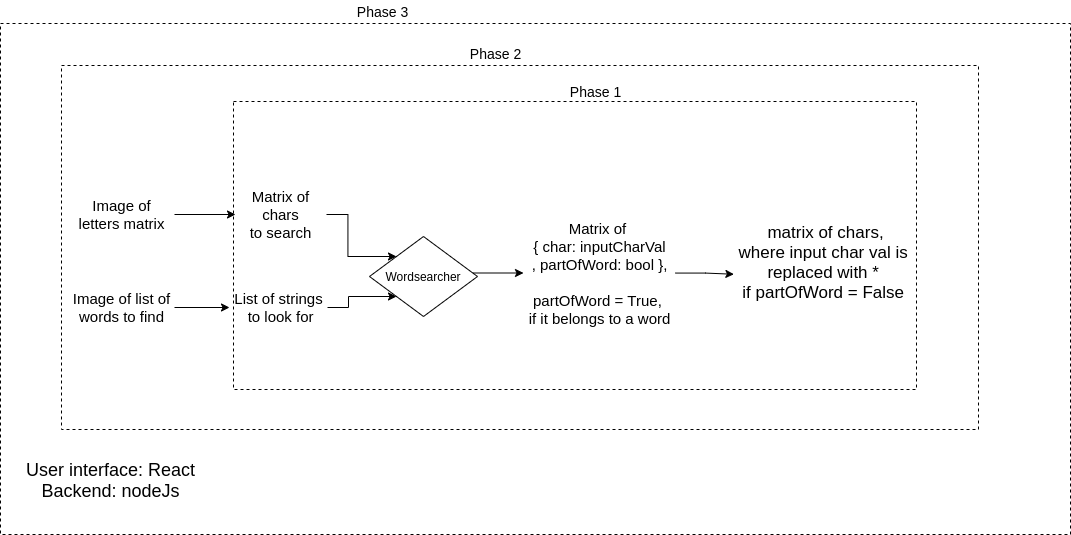
Above: docs/WordSearcher.png in jibinjacob09/WordSearcher (draw.io), before the change. Source tidied: cells renumbered, new cells last; positions are measured from the earlier drawing's top-left corner, leaving out a move shared by most shapes. Its diagram source:
```xml
<mxGraphModel>
  <root>
    <mxCell id="0" />
    <mxCell id="1" parent="0" />
    <mxCell id="2" style="rounded=0;whiteSpace=wrap;html=1;dashed=1;fillColor=none;" parent="1" vertex="1">
      <mxGeometry x="233" y="101" width="683" height="288" as="geometry" />
    </mxCell>
    <mxCell id="3" style="rounded=0;whiteSpace=wrap;html=1;dashed=1;fillColor=none;" parent="1" vertex="1">
      <mxGeometry x="61" y="65" width="917" height="364" as="geometry" />
    </mxCell>
    <mxCell id="4" style="rounded=0;whiteSpace=wrap;html=1;dashed=1;fillColor=none;" parent="1" vertex="1">
      <mxGeometry y="23" width="1070" height="511" as="geometry" />
    </mxCell>
    <mxCell id="5" value="Matrix of chars&lt;br style=&quot;font-size: 15px;&quot;&gt;to search" style="text;html=1;strokeColor=none;fillColor=none;align=center;verticalAlign=middle;whiteSpace=wrap;rounded=0;fontSize=15;" parent="1" vertex="1">
      <mxGeometry x="235" y="192" width="91" height="44" as="geometry" />
    </mxCell>
    <mxCell id="6" style="edgeStyle=orthogonalEdgeStyle;rounded=0;jettySize=auto;html=1;" parent="1" edge="1" target="12">
      <mxGeometry relative="1" as="geometry">
        <mxPoint x="457" y="272.5" as="sourcePoint" />
      </mxGeometry>
    </mxCell>
    <mxCell id="7" style="edgeStyle=orthogonalEdgeStyle;rounded=0;jettySize=auto;html=1;" parent="1" edge="1" source="8" target="5">
      <mxGeometry relative="1" as="geometry" />
    </mxCell>
    <mxCell id="8" value="Image of letters matrix" style="text;html=1;strokeColor=none;fillColor=none;align=center;verticalAlign=middle;whiteSpace=wrap;rounded=0;fontSize=15;" parent="1" vertex="1">
      <mxGeometry x="69" y="192" width="105" height="44" as="geometry" />
    </mxCell>
    <mxCell id="9" style="edgeStyle=orthogonalEdgeStyle;rounded=0;jettySize=auto;html=1;entryX=0;entryY=1;entryDx=0;entryDy=0;" parent="1" edge="1" source="10" target="18">
      <mxGeometry relative="1" as="geometry" />
    </mxCell>
    <mxCell id="10" value="List of strings&lt;br style=&quot;font-size: 15px;&quot;&gt;&amp;nbsp;to look for&lt;br style=&quot;font-size: 15px;&quot;&gt;" style="text;html=1;align=center;verticalAlign=middle;points=[];strokeColor=none;fontSize=15;" parent="1" vertex="1">
      <mxGeometry x="229" y="287" width="98" height="40" as="geometry" />
    </mxCell>
    <mxCell id="11" style="edgeStyle=orthogonalEdgeStyle;rounded=0;jettySize=auto;html=1;entryX=-0.009;entryY=0.64;entryDx=0;entryDy=0;entryPerimeter=0;" parent="1" edge="1" source="12" target="17">
      <mxGeometry relative="1" as="geometry" />
    </mxCell>
    <mxCell id="12" value="Matrix of &lt;br style=&quot;font-size: 15px;&quot;&gt;{ char: inputCharVal&lt;br style=&quot;font-size: 15px;&quot;&gt;, partOfWord: bool },&lt;br style=&quot;font-size: 15px;&quot;&gt;&lt;br style=&quot;font-size: 15px;&quot;&gt;partOfWord = True, &lt;br style=&quot;font-size: 15px;&quot;&gt;if it belongs to a word" style="text;html=1;align=center;verticalAlign=middle;points=[];strokeColor=none;fontSize=15;" parent="1" vertex="1">
      <mxGeometry x="523" y="216.5" width="152" height="112" as="geometry" />
    </mxCell>
    <mxCell id="13" style="edgeStyle=orthogonalEdgeStyle;rounded=0;jettySize=auto;html=1;entryX=0;entryY=0;entryDx=0;entryDy=0;" parent="1" edge="1" source="5" target="18">
      <mxGeometry relative="1" as="geometry" />
    </mxCell>
    <mxCell id="14" style="edgeStyle=orthogonalEdgeStyle;rounded=0;jettySize=auto;html=1;" parent="1" edge="1" source="15" target="10">
      <mxGeometry relative="1" as="geometry" />
    </mxCell>
    <mxCell id="15" value="Image of list of words to find" style="text;html=1;strokeColor=none;fillColor=none;align=center;verticalAlign=middle;whiteSpace=wrap;rounded=0;fontSize=15;" parent="1" vertex="1">
      <mxGeometry x="69" y="285" width="105" height="44" as="geometry" />
    </mxCell>
    <mxCell id="16" style="edgeStyle=orthogonalEdgeStyle;rounded=0;orthogonalLoop=1;jettySize=auto;html=1;exitX=0.5;exitY=1;exitDx=0;exitDy=0;" parent="1" edge="1" source="8" target="8">
      <mxGeometry relative="1" as="geometry" />
    </mxCell>
    <mxCell id="17" value="matrix of chars,&lt;br style=&quot;font-size: 17px;&quot;&gt;where input char val is &lt;br style=&quot;font-size: 17px;&quot;&gt;replaced with *&amp;nbsp;&lt;br style=&quot;font-size: 17px;&quot;&gt;if partOfWord = False&amp;nbsp;" style="text;html=1;align=center;verticalAlign=middle;points=[];strokeColor=none;fontSize=17;" parent="1" vertex="1">
      <mxGeometry x="735" y="220" width="179" height="84" as="geometry" />
    </mxCell>
    <mxCell id="18" value="Wordsearcher" style="rhombus;whiteSpace=wrap;html=1;" parent="1" vertex="1">
      <mxGeometry x="369" y="236" width="108" height="80" as="geometry" />
    </mxCell>
    <mxCell id="19" value="Phase 1" style="text;html=1;align=center;verticalAlign=middle;strokeColor=none;fontSize=14;" parent="1" vertex="1">
      <mxGeometry x="565" y="80" width="61" height="21" as="geometry" />
    </mxCell>
    <mxCell id="20" value="Phase 2" style="text;html=1;align=center;verticalAlign=middle;strokeColor=none;fontSize=14;" parent="1" vertex="1">
      <mxGeometry x="464" y="42" width="61" height="21" as="geometry" />
    </mxCell>
    <mxCell id="21" value="Phase 3" style="text;html=1;align=center;verticalAlign=middle;strokeColor=none;fontSize=14;" parent="1" vertex="1">
      <mxGeometry x="352" width="61" height="21" as="geometry" />
    </mxCell>
    <mxCell id="22" value="User interface: React&lt;br style=&quot;font-size: 18px;&quot;&gt;Backend: nodeJs" style="text;html=1;align=center;verticalAlign=middle;strokeColor=none;fontSize=18;" parent="1" vertex="1">
      <mxGeometry x="20" y="456" width="179" height="48" as="geometry" />
    </mxCell>
  </root>
</mxGraphModel>
```
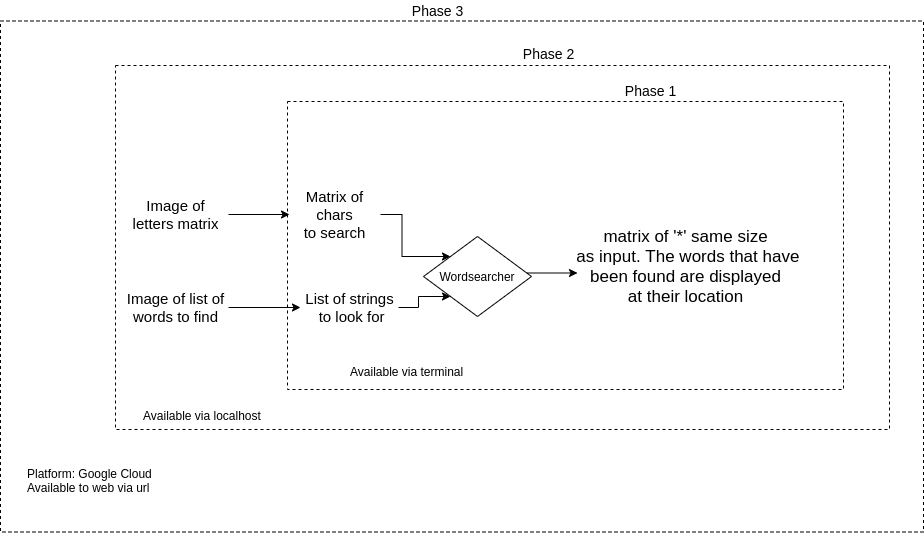
The same diagram one commit later.

Diff of the diagram source:
```diff
@@ -2,23 +2,24 @@
   <root>
     <mxCell id="0" />
     <mxCell id="1" parent="0" />
-    <mxCell id="2" style="rounded=0;whiteSpace=wrap;html=1;dashed=1;fillColor=none;" parent="1" vertex="1">
-      <mxGeometry x="233" y="101" width="683" height="288" as="geometry" />
-    </mxCell>
-    <mxCell id="3" style="rounded=0;whiteSpace=wrap;html=1;dashed=1;fillColor=none;" parent="1" vertex="1">
-      <mxGeometry x="61" y="65" width="917" height="364" as="geometry" />
-    </mxCell>
-    <mxCell id="4" style="rounded=0;whiteSpace=wrap;html=1;dashed=1;fillColor=none;" parent="1" vertex="1">
-      <mxGeometry y="23" width="1070" height="511" as="geometry" />
-    </mxCell>
+    <mxCell id="23" style="rounded=0;whiteSpace=wrap;html=1;dashed=1;fillColor=none;" parent="1" vertex="1">
+      <mxGeometry x="-54" y="20.5" width="923" height="511" as="geometry" />
+    </mxCell>
+    <mxCell id="24" style="rounded=0;whiteSpace=wrap;html=1;dashed=1;fillColor=none;" parent="1" vertex="1">
+      <mxGeometry x="61" y="65" width="774" height="364" as="geometry" />
+    </mxCell>
+    <mxCell id="25" style="rounded=0;whiteSpace=wrap;html=1;dashed=1;fillColor=none;" parent="1" vertex="1">
+      <mxGeometry x="233" y="101" width="556" height="288" as="geometry" />
+    </mxCell>
     <mxCell id="5" value="Matrix of chars&lt;br style=&quot;font-size: 15px;&quot;&gt;to search" style="text;html=1;strokeColor=none;fillColor=none;align=center;verticalAlign=middle;whiteSpace=wrap;rounded=0;fontSize=15;" parent="1" vertex="1">
       <mxGeometry x="235" y="192" width="91" height="44" as="geometry" />
     </mxCell>
-    <mxCell id="6" style="edgeStyle=orthogonalEdgeStyle;rounded=0;jettySize=auto;html=1;" parent="1" edge="1" target="12">
-      <mxGeometry relative="1" as="geometry">
-        <mxPoint x="457" y="272.5" as="sourcePoint" />
-      </mxGeometry>
-    </mxCell>
+    <mxCell id="26" style="edgeStyle=orthogonalEdgeStyle;rounded=0;orthogonalLoop=1;jettySize=auto;html=1;" parent="1" edge="1">
+      <mxGeometry relative="1" as="geometry">
+        <mxPoint x="457" y="272.5" as="sourcePoint" />
+        <mxPoint x="523" y="272.5" as="targetPoint" />
+      </mxGeometry>
+    </mxCell>
     <mxCell id="7" style="edgeStyle=orthogonalEdgeStyle;rounded=0;jettySize=auto;html=1;" parent="1" edge="1" source="8" target="5">
       <mxGeometry relative="1" as="geometry" />
     </mxCell>
@@ -29,14 +30,8 @@
       <mxGeometry relative="1" as="geometry" />
     </mxCell>
     <mxCell id="10" value="List of strings&lt;br style=&quot;font-size: 15px;&quot;&gt;&amp;nbsp;to look for&lt;br style=&quot;font-size: 15px;&quot;&gt;" style="text;html=1;align=center;verticalAlign=middle;points=[];strokeColor=none;fontSize=15;" parent="1" vertex="1">
-      <mxGeometry x="229" y="287" width="98" height="40" as="geometry" />
+      <mxGeometry x="246" y="287" width="98" height="40" as="geometry" />
     </mxCell>
-    <mxCell id="11" style="edgeStyle=orthogonalEdgeStyle;rounded=0;jettySize=auto;html=1;entryX=-0.009;entryY=0.64;entryDx=0;entryDy=0;entryPerimeter=0;" parent="1" edge="1" source="12" target="17">
-      <mxGeometry relative="1" as="geometry" />
-    </mxCell>
-    <mxCell id="12" value="Matrix of &lt;br style=&quot;font-size: 15px;&quot;&gt;{ char: inputCharVal&lt;br style=&quot;font-size: 15px;&quot;&gt;, partOfWord: bool },&lt;br style=&quot;font-size: 15px;&quot;&gt;&lt;br style=&quot;font-size: 15px;&quot;&gt;partOfWord = True, &lt;br style=&quot;font-size: 15px;&quot;&gt;if it belongs to a word" style="text;html=1;align=center;verticalAlign=middle;points=[];strokeColor=none;fontSize=15;" parent="1" vertex="1">
-      <mxGeometry x="523" y="216.5" width="152" height="112" as="geometry" />
-    </mxCell>
     <mxCell id="13" style="edgeStyle=orthogonalEdgeStyle;rounded=0;jettySize=auto;html=1;entryX=0;entryY=0;entryDx=0;entryDy=0;" parent="1" edge="1" source="5" target="18">
       <mxGeometry relative="1" as="geometry" />
     </mxCell>
@@ -49,9 +44,9 @@
     <mxCell id="16" style="edgeStyle=orthogonalEdgeStyle;rounded=0;orthogonalLoop=1;jettySize=auto;html=1;exitX=0.5;exitY=1;exitDx=0;exitDy=0;" parent="1" edge="1" source="8" target="8">
       <mxGeometry relative="1" as="geometry" />
     </mxCell>
-    <mxCell id="17" value="matrix of chars,&lt;br style=&quot;font-size: 17px;&quot;&gt;where input char val is &lt;br style=&quot;font-size: 17px;&quot;&gt;replaced with *&amp;nbsp;&lt;br style=&quot;font-size: 17px;&quot;&gt;if partOfWord = False&amp;nbsp;" style="text;html=1;align=center;verticalAlign=middle;points=[];strokeColor=none;fontSize=17;" parent="1" vertex="1">
-      <mxGeometry x="735" y="220" width="179" height="84" as="geometry" />
-    </mxCell>
+    <mxCell id="27" value="matrix of '*' same size&lt;br&gt;&amp;nbsp;as input. The words that have&lt;br&gt;been found are displayed&lt;br&gt;at their location&lt;br&gt;" style="text;html=1;align=center;verticalAlign=middle;strokeColor=none;fontSize=17;" parent="1" vertex="1">
+      <mxGeometry x="513" y="224" width="237" height="84" as="geometry" />
+    </mxCell>
     <mxCell id="18" value="Wordsearcher" style="rhombus;whiteSpace=wrap;html=1;" parent="1" vertex="1">
       <mxGeometry x="369" y="236" width="108" height="80" as="geometry" />
     </mxCell>
@@ -64,8 +59,14 @@
     <mxCell id="21" value="Phase 3" style="text;html=1;align=center;verticalAlign=middle;strokeColor=none;fontSize=14;" parent="1" vertex="1">
       <mxGeometry x="352" width="61" height="21" as="geometry" />
     </mxCell>
-    <mxCell id="22" value="User interface: React&lt;br style=&quot;font-size: 18px;&quot;&gt;Backend: nodeJs" style="text;html=1;align=center;verticalAlign=middle;strokeColor=none;fontSize=18;" parent="1" vertex="1">
-      <mxGeometry x="20" y="456" width="179" height="48" as="geometry" />
-    </mxCell>
+    <mxCell id="28" value="Platform: Google Cloud&lt;br&gt;Available to web via url" style="text;html=1;strokeColor=none;fillColor=none;align=left;verticalAlign=middle;whiteSpace=wrap;rounded=0;" parent="1" vertex="1">
+      <mxGeometry x="-29" y="470" width="150" height="20" as="geometry" />
+    </mxCell>
+    <mxCell id="29" value="Available via localhost" style="text;html=1;strokeColor=none;fillColor=none;align=left;verticalAlign=middle;whiteSpace=wrap;rounded=0;" parent="1" vertex="1">
+      <mxGeometry x="87" y="405" width="150" height="20" as="geometry" />
+    </mxCell>
+    <mxCell id="30" value="Available via terminal" style="text;html=1;strokeColor=none;fillColor=none;align=left;verticalAlign=middle;whiteSpace=wrap;rounded=0;" parent="1" vertex="1">
+      <mxGeometry x="294" y="361" width="150" height="20" as="geometry" />
+    </mxCell>
   </root>
 </mxGraphModel>
```
